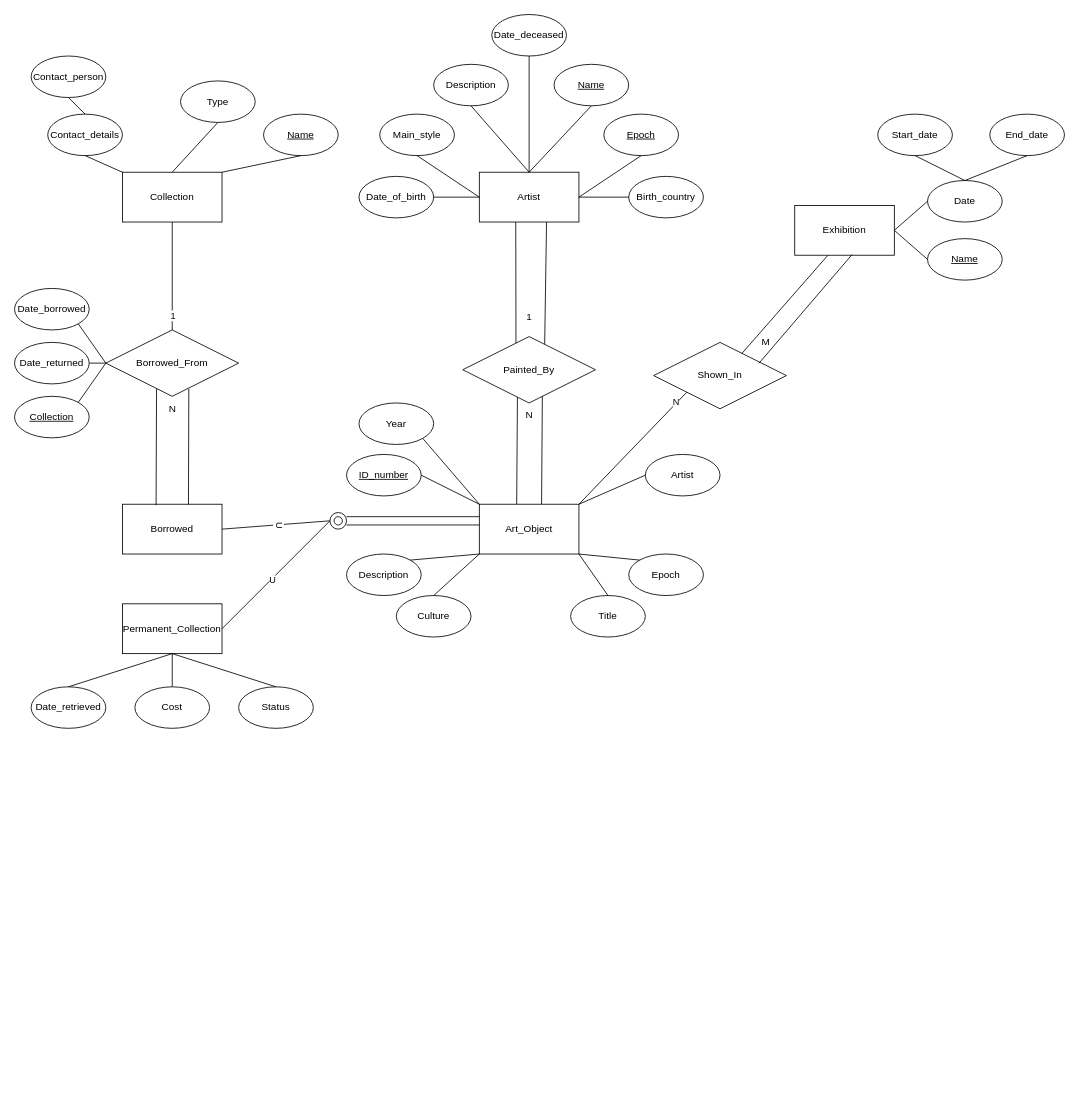
The draw.io diagram Untitled Diagram.drawio in ENSF-300-F23/museum-project-l03-35, before the edit. Source tidied: cells renumbered, new cells numbered last; positions are measured from the earlier drawing's top-left corner, leaving out a move shared by most shapes. Both pictures are drawn from the tidied source at 83%, with x=0, y=0 at pixel (14, 14).
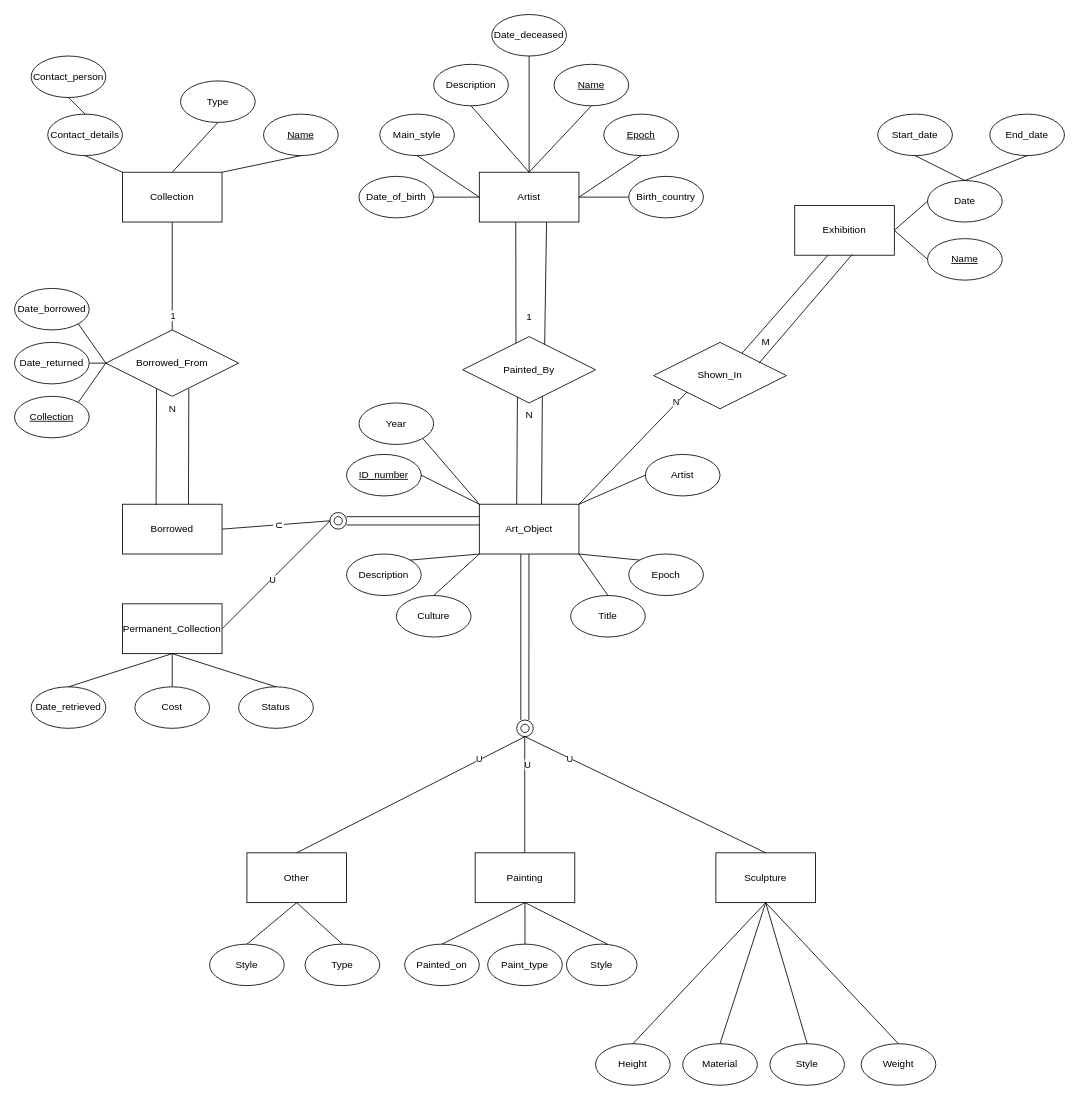
The same page after the edit.

Commit message:
Added unions to painting, sculpture and other entities and respective attributes

Diff of the diagram source:
```diff
@@
+    <mxCell id="91" style="endArrow=none;html=1;rounded=0;" parent="1" edge="1">
+      <mxGeometry relative="1" as="geometry">
+        <mxPoint x="610" y="850" as="sourcePoint" />
+        <mxPoint x="610" y="650" as="targetPoint" />
+      </mxGeometry>
+    </mxCell>
+    <mxCell id="92" style="endArrow=none;html=1;rounded=0;entryX=0.369;entryY=1.057;entryDx=0;entryDy=0;entryPerimeter=0;" parent="1" edge="1">
+      <mxGeometry relative="1" as="geometry">
+        <mxPoint x="619.7" y="850" as="sourcePoint" />
+        <mxPoint x="619.8" y="650" as="targetPoint" />
+      </mxGeometry>
+    </mxCell>
+    <mxCell id="93" style="ellipse;whiteSpace=wrap;html=1;" parent="1" vertex="1">
+      <mxGeometry x="605" y="850" width="20" height="20" as="geometry" />
+    </mxCell>
+    <mxCell id="94" style="ellipse;whiteSpace=wrap;html=1;" parent="1" vertex="1">
+      <mxGeometry x="610" y="855" width="10" height="10" as="geometry" />
+    </mxCell>
+    <mxCell id="95" value="Sculpture" style="rounded=0;whiteSpace=wrap;html=1;" parent="1" vertex="1">
+      <mxGeometry x="845" y="1010" width="120" height="60" as="geometry" />
+    </mxCell>
+    <mxCell id="96" value="Painting" style="rounded=0;whiteSpace=wrap;html=1;" parent="1" vertex="1">
+      <mxGeometry x="555" y="1010" width="120" height="60" as="geometry" />
+    </mxCell>
+    <mxCell id="97" value="Other" style="rounded=0;whiteSpace=wrap;html=1;" parent="1" vertex="1">
+      <mxGeometry x="280" y="1010" width="120" height="60" as="geometry" />
+    </mxCell>
+    <mxCell id="98" value="Style" style="ellipse;whiteSpace=wrap;html=1;" parent="1" vertex="1">
+      <mxGeometry x="235" y="1120" width="90" height="50" as="geometry" />
+    </mxCell>
+    <mxCell id="99" value="Type" style="ellipse;whiteSpace=wrap;html=1;" parent="1" vertex="1">
+      <mxGeometry x="350" y="1120" width="90" height="50" as="geometry" />
+    </mxCell>
+    <mxCell id="100" value="Height" style="ellipse;whiteSpace=wrap;html=1;" parent="1" vertex="1">
+      <mxGeometry x="700" y="1240" width="90" height="50" as="geometry" />
+    </mxCell>
+    <mxCell id="101" value="Material" style="ellipse;whiteSpace=wrap;html=1;" parent="1" vertex="1">
+      <mxGeometry x="805" y="1240" width="90" height="50" as="geometry" />
+    </mxCell>
+    <mxCell id="102" value="Style" style="ellipse;whiteSpace=wrap;html=1;" parent="1" vertex="1">
+      <mxGeometry x="910" y="1240" width="90" height="50" as="geometry" />
+    </mxCell>
+    <mxCell id="103" value="Weight" style="ellipse;whiteSpace=wrap;html=1;" parent="1" vertex="1">
+      <mxGeometry x="1020" y="1240" width="90" height="50" as="geometry" />
+    </mxCell>
+    <mxCell id="104" style="endArrow=none;html=1;rounded=0;entryX=0.5;entryY=1;entryDx=0;entryDy=0;exitX=0.5;exitY=0;exitDx=0;exitDy=0;" parent="1" edge="1" source="98" target="97">
+      <mxGeometry relative="1" as="geometry" />
+    </mxCell>
+    <mxCell id="105" style="endArrow=none;html=1;rounded=0;entryX=0.5;entryY=1;entryDx=0;entryDy=0;exitX=0.5;exitY=0;exitDx=0;exitDy=0;" parent="1" edge="1" source="99" target="97">
+      <mxGeometry relative="1" as="geometry" />
+    </mxCell>
+    <mxCell id="106" style="endArrow=none;html=1;rounded=0;entryX=0.5;entryY=1;entryDx=0;entryDy=0;exitX=0.5;exitY=0;exitDx=0;exitDy=0;" parent="1" edge="1" source="100" target="95">
+      <mxGeometry relative="1" as="geometry" />
+    </mxCell>
+    <mxCell id="107" style="endArrow=none;html=1;rounded=0;exitX=0.5;exitY=0;exitDx=0;exitDy=0;entryX=0.5;entryY=1;entryDx=0;entryDy=0;" parent="1" edge="1" source="101" target="95">
+      <mxGeometry relative="1" as="geometry" />
+    </mxCell>
+    <mxCell id="108" style="endArrow=none;html=1;rounded=0;entryX=0.5;entryY=1;entryDx=0;entryDy=0;exitX=0.5;exitY=0;exitDx=0;exitDy=0;" parent="1" edge="1" source="102" target="95">
+      <mxGeometry relative="1" as="geometry" />
+    </mxCell>
+    <mxCell id="109" style="endArrow=none;html=1;rounded=0;exitX=0.5;exitY=0;exitDx=0;exitDy=0;entryX=0.5;entryY=1;entryDx=0;entryDy=0;" parent="1" edge="1" source="103" target="95">
+      <mxGeometry relative="1" as="geometry" />
+    </mxCell>
+    <mxCell id="110" value="Painted_on" style="ellipse;whiteSpace=wrap;html=1;" parent="1" vertex="1">
+      <mxGeometry x="470" y="1120" width="90" height="50" as="geometry" />
+    </mxCell>
+    <mxCell id="111" value="Paint_type" style="ellipse;whiteSpace=wrap;html=1;" parent="1" vertex="1">
+      <mxGeometry x="570" y="1120" width="90" height="50" as="geometry" />
+    </mxCell>
+    <mxCell id="112" value="Style" style="ellipse;whiteSpace=wrap;html=1;" parent="1" vertex="1">
+      <mxGeometry x="665" y="1120" width="85" height="50" as="geometry" />
+    </mxCell>
+    <mxCell id="113" style="endArrow=none;html=1;rounded=0;entryX=0.5;entryY=1;entryDx=0;entryDy=0;exitX=0.5;exitY=0;exitDx=0;exitDy=0;" parent="1" edge="1" source="110" target="96">
+      <mxGeometry relative="1" as="geometry" />
+    </mxCell>
+    <mxCell id="114" style="endArrow=none;html=1;rounded=0;entryX=0.5;entryY=1;entryDx=0;entryDy=0;exitX=0.5;exitY=0;exitDx=0;exitDy=0;" parent="1" edge="1" source="111" target="96">
+      <mxGeometry relative="1" as="geometry" />
+    </mxCell>
+    <mxCell id="115" style="endArrow=none;html=1;rounded=0;entryX=0.5;entryY=1;entryDx=0;entryDy=0;exitX=0.582;exitY=0.003;exitDx=0;exitDy=0;exitPerimeter=0;" parent="1" edge="1" source="112" target="96">
+      <mxGeometry relative="1" as="geometry" />
+    </mxCell>
+    <mxCell id="116" style="endArrow=none;html=1;rounded=0;entryX=0.5;entryY=1;entryDx=0;entryDy=0;exitX=0.5;exitY=0;exitDx=0;exitDy=0;" parent="1" edge="1" source="97" target="93">
+      <mxGeometry relative="1" as="geometry" />
+    </mxCell>
+    <mxCell id="117" value="U" style="edgeLabel;html=1;align=center;verticalAlign=middle;" parent="116" vertex="1">
+      <mxGeometry x="0.6" y="2" relative="1" as="geometry" />
+    </mxCell>
+    <mxCell id="118" style="endArrow=none;html=1;rounded=0;entryX=0.5;entryY=1;entryDx=0;entryDy=0;exitX=0.5;exitY=0;exitDx=0;exitDy=0;" parent="1" edge="1">
+      <mxGeometry relative="1" as="geometry">
+        <mxPoint x="614.7" y="1010" as="sourcePoint" />
+        <mxPoint x="614.7" y="870" as="targetPoint" />
+      </mxGeometry>
+    </mxCell>
+    <mxCell id="119" value="U" style="edgeLabel;html=1;align=center;verticalAlign=middle;" parent="118" vertex="1">
+      <mxGeometry x="0.53" y="-3" relative="1" as="geometry" />
+    </mxCell>
+    <mxCell id="120" style="endArrow=none;html=1;rounded=0;exitX=0.5;exitY=0;exitDx=0;exitDy=0;" parent="1" edge="1" source="95">
+      <mxGeometry relative="1" as="geometry">
+        <mxPoint x="615" y="870" as="targetPoint" />
+      </mxGeometry>
+    </mxCell>
+    <mxCell id="121" value="U" style="edgeLabel;html=1;align=center;verticalAlign=middle;" parent="120" vertex="1">
+      <mxGeometry x="0.63" y="1" relative="1" as="geometry" />
+    </mxCell>
```
